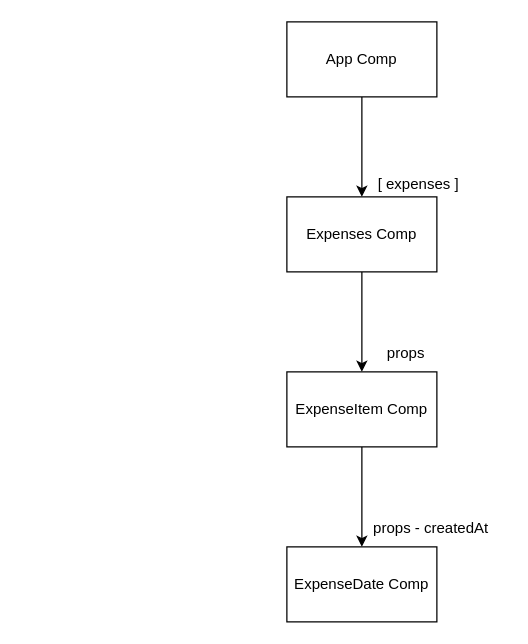
Before: diagrams.drawio in synergy2411/optum-jun22, a draw.io diagram. Source tidied: cells renumbered, new cells numbered last; positions are measured from the earlier drawing's top-left corner, leaving out a move shared by most shapes. Both pictures are drawn from the tidied source at 125%, with x=0, y=0 at pixel (286, 21).
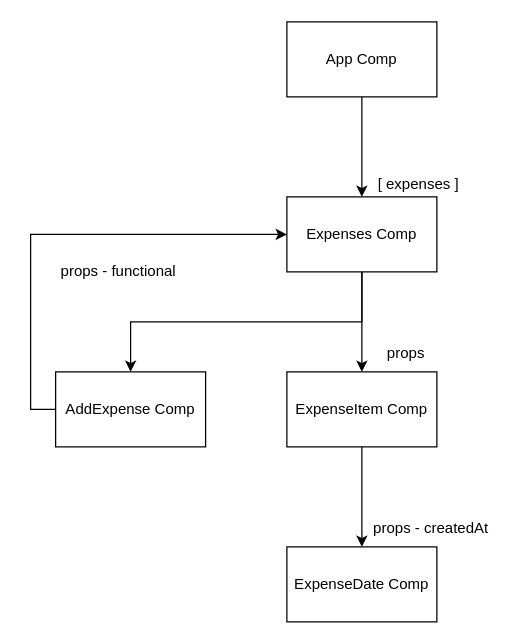
The same page after the edit.

The edit, as a diff of the source:
```diff
@@
 <mxGraphModel>
   <root>
     <mxCell id="0" />
     <mxCell id="1" parent="0" />
     <mxCell id="2" style="edgeStyle=orthogonalEdgeStyle;rounded=0;jettySize=auto;html=1;" parent="1" edge="1" source="3" target="5">
       <mxGeometry relative="1" as="geometry" />
     </mxCell>
     <mxCell id="3" value="App Comp" style="rounded=0;whiteSpace=wrap;html=1;" parent="1" vertex="1">
       <mxGeometry width="120" height="60" as="geometry" />
     </mxCell>
     <mxCell id="4" style="edgeStyle=orthogonalEdgeStyle;rounded=0;jettySize=auto;html=1;" parent="1" edge="1" source="5" target="7">
       <mxGeometry relative="1" as="geometry" />
     </mxCell>
+    <mxCell id="12" style="edgeStyle=orthogonalEdgeStyle;rounded=0;jettySize=auto;html=1;exitX=0.5;exitY=1;exitDx=0;exitDy=0;entryX=0.5;entryY=0;entryDx=0;entryDy=0;" parent="1" edge="1" source="5" target="14">
+      <mxGeometry relative="1" as="geometry" />
+    </mxCell>
     <mxCell id="5" value="Expenses Comp" style="rounded=0;whiteSpace=wrap;html=1;" parent="1" vertex="1">
       <mxGeometry y="140" width="120" height="60" as="geometry" />
     </mxCell>
     <mxCell id="6" style="edgeStyle=orthogonalEdgeStyle;rounded=0;jettySize=auto;html=1;" parent="1" edge="1" source="7" target="10">
       <mxGeometry relative="1" as="geometry" />
     </mxCell>
     <mxCell id="7" value="ExpenseItem Comp" style="rounded=0;whiteSpace=wrap;html=1;" parent="1" vertex="1">
       <mxGeometry y="280" width="120" height="60" as="geometry" />
     </mxCell>
     <mxCell id="8" value="[ expenses ]" style="text;html=1;align=center;verticalAlign=middle;strokeColor=none;fillColor=none;" parent="1" vertex="1">
       <mxGeometry x="60" y="115" width="90" height="30" as="geometry" />
     </mxCell>
     <mxCell id="9" value="props" style="text;html=1;align=center;verticalAlign=middle;strokeColor=none;fillColor=none;" parent="1" vertex="1">
       <mxGeometry x="70" y="250" width="50" height="30" as="geometry" />
     </mxCell>
     <mxCell id="10" value="ExpenseDate Comp" style="rounded=0;whiteSpace=wrap;html=1;" parent="1" vertex="1">
       <mxGeometry y="420" width="120" height="60" as="geometry" />
     </mxCell>
     <mxCell id="11" value="props - createdAt" style="text;html=1;align=center;verticalAlign=middle;strokeColor=none;fillColor=none;" parent="1" vertex="1">
       <mxGeometry x="55" y="390" width="120" height="30" as="geometry" />
     </mxCell>
+    <mxCell id="13" style="edgeStyle=orthogonalEdgeStyle;rounded=0;jettySize=auto;html=1;exitX=0;exitY=0.5;exitDx=0;exitDy=0;entryX=0;entryY=0.5;entryDx=0;entryDy=0;" parent="1" edge="1" source="14" target="5">
+      <mxGeometry relative="1" as="geometry" />
+    </mxCell>
+    <mxCell id="14" value="AddExpense Comp" style="rounded=0;whiteSpace=wrap;html=1;" parent="1" vertex="1">
+      <mxGeometry x="-185" y="280" width="120" height="60" as="geometry" />
+    </mxCell>
+    <mxCell id="15" value="props - functional" style="text;html=1;align=center;verticalAlign=middle;strokeColor=none;fillColor=none;" parent="1" vertex="1">
+      <mxGeometry x="-195" y="185" width="120" height="30" as="geometry" />
+    </mxCell>
   </root>
 </mxGraphModel>
```
